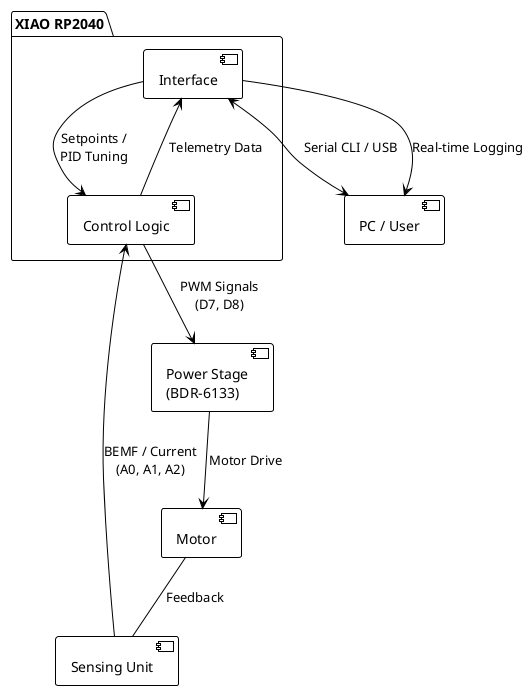
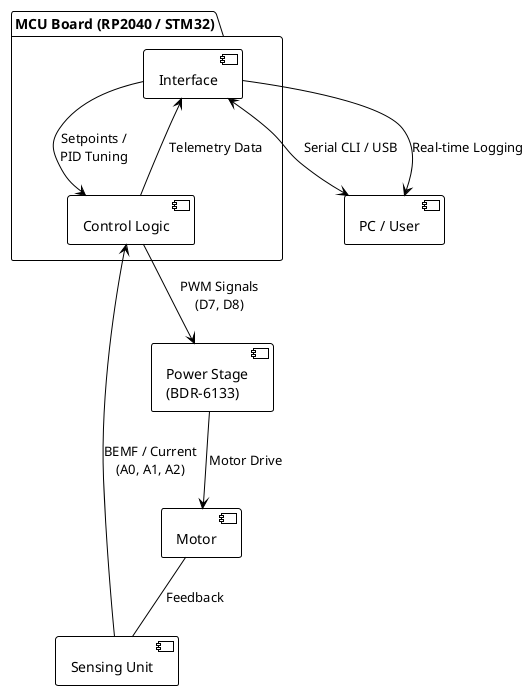
@startuml TOP_ARCHITECTURE
!theme plain

- package "XIAO RP2040" {
+ package "MCU Board (RP2040 / STM32)" {
    component [Control Logic] as CL
    component [Interface] as IF
}

component [Power Stage\n(BDR-6133)] as PS
component [Sensing Unit] as SU
component [Motor] as M
component [PC / User] as USR

USR <-> IF : "Serial CLI / USB"
IF --> CL : "Setpoints /\nPID Tuning"
CL --> PS : "PWM Signals\n(D7, D8)"
PS --> M : "Motor Drive"
M -- SU : "Feedback"
SU --> CL : "BEMF / Current\n(A0, A1, A2)"
CL --> IF : "Telemetry Data"
IF --> USR : "Real-time Logging"

@enduml
